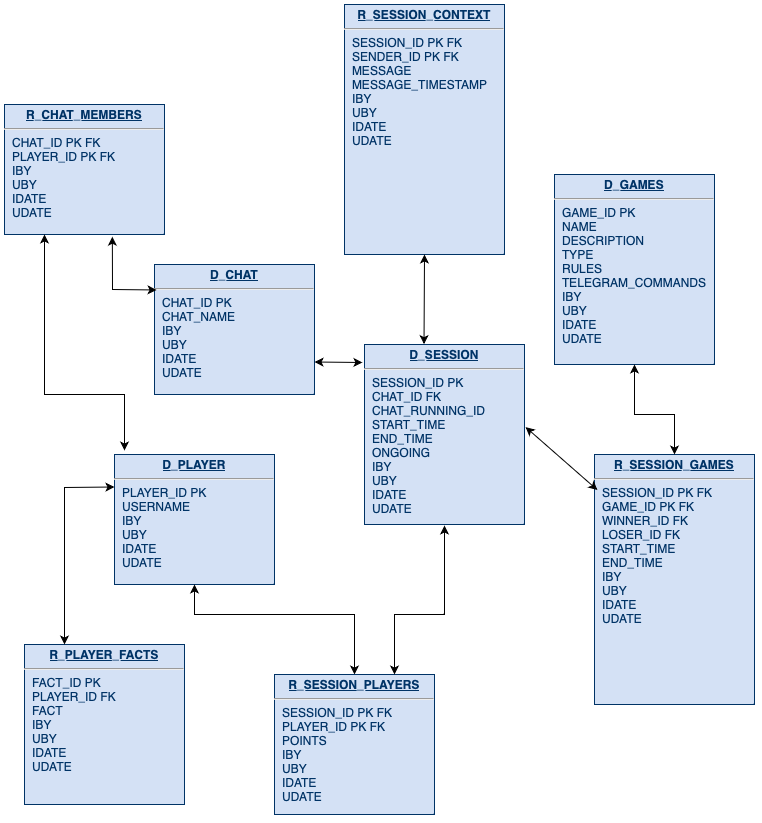
This is TgGameBotDataModel.png from paukkroa/TelegramGameMasterBot, a draw.io export, as it was before one commit. Source tidied: cells renumbered, new cells last; positions are measured from the earlier drawing's top-left corner, leaving out a move shared by most shapes.
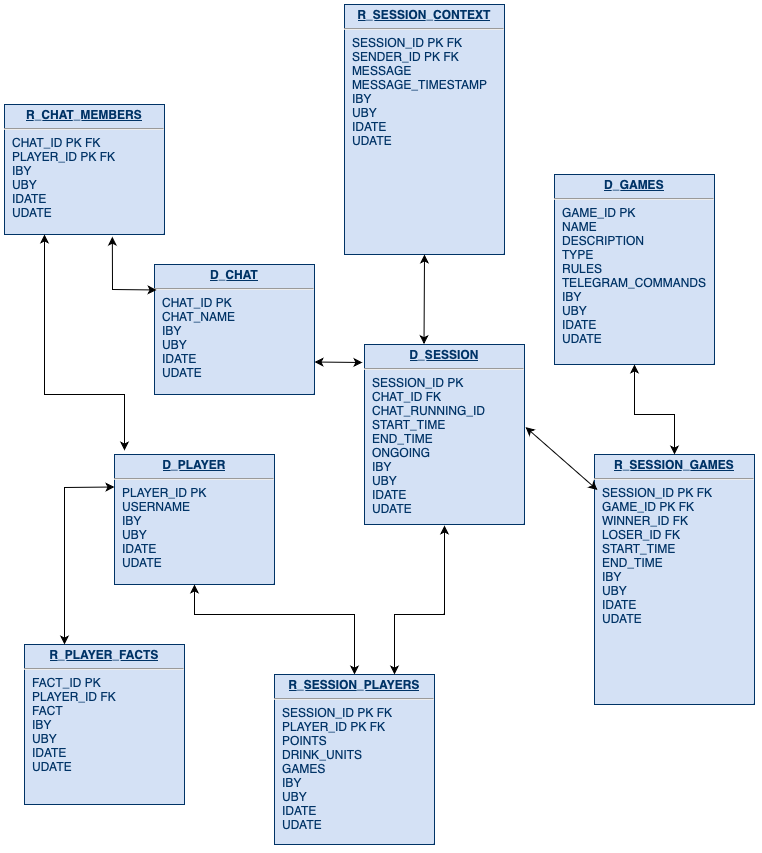
After the commit.

Commit message:
Added drink_units and games to R_SESSION_PLAYERS

What changed in the source:
```diff
@@ -37,8 +37,8 @@
         <mxPoint x="320" y="690" as="sourcePoint" />
       </mxGeometry>
     </mxCell>
-    <mxCell id="10" value="&lt;p style=&quot;margin: 0px; margin-top: 4px; text-align: center; text-decoration: underline;&quot;&gt;&lt;b&gt;R_SESSION_PLAYERS&lt;/b&gt;&lt;/p&gt;&lt;hr&gt;&lt;p style=&quot;margin: 0px; margin-left: 8px;&quot;&gt;SESSION_ID&amp;nbsp;&lt;span style=&quot;white-space: pre;&quot;&gt;&lt;span style=&quot;white-space: pre;&quot;&gt;&lt;span style=&quot;white-space: pre;&quot;&gt;PK FK&lt;/span&gt;&lt;/span&gt;&lt;/span&gt;&lt;/p&gt;&lt;p style=&quot;margin: 0px; margin-left: 8px;&quot;&gt;PLAYER_ID PK FK&lt;/p&gt;&lt;p style=&quot;margin: 0px; margin-left: 8px;&quot;&gt;POINTS&lt;/p&gt;&lt;p style=&quot;font-size: 12.000001px; margin: 0px 0px 0px 8px;&quot;&gt;IBY&lt;/p&gt;&lt;p style=&quot;font-size: 12.000001px; margin: 0px 0px 0px 8px;&quot;&gt;UBY&lt;/p&gt;&lt;p style=&quot;margin: 0px; margin-left: 8px;&quot;&gt;IDATE&lt;/p&gt;&lt;p style=&quot;margin: 0px; margin-left: 8px;&quot;&gt;UDATE&lt;/p&gt;" style="verticalAlign=top;align=left;overflow=fill;fontSize=12;fontFamily=Helvetica;html=1;strokeColor=#003366;shadow=1;fillColor=#D4E1F5;fontColor=#003366;" parent="1" vertex="1">
-      <mxGeometry x="270" y="670" width="160" height="140" as="geometry" />
+    <mxCell id="10" value="&lt;p style=&quot;margin: 0px; margin-top: 4px; text-align: center; text-decoration: underline;&quot;&gt;&lt;b&gt;R_SESSION_PLAYERS&lt;/b&gt;&lt;/p&gt;&lt;hr&gt;&lt;p style=&quot;margin: 0px; margin-left: 8px;&quot;&gt;SESSION_ID&amp;nbsp;&lt;span style=&quot;white-space: pre;&quot;&gt;&lt;span style=&quot;white-space: pre;&quot;&gt;&lt;span style=&quot;white-space: pre;&quot;&gt;PK FK&lt;/span&gt;&lt;/span&gt;&lt;/span&gt;&lt;/p&gt;&lt;p style=&quot;margin: 0px; margin-left: 8px;&quot;&gt;PLAYER_ID PK FK&lt;/p&gt;&lt;p style=&quot;margin: 0px; margin-left: 8px;&quot;&gt;&lt;span style=&quot;font-size: 12px;&quot;&gt;POINTS&lt;/span&gt;&lt;br&gt;&lt;/p&gt;&lt;p style=&quot;margin: 0px; margin-left: 8px;&quot;&gt;&lt;span style=&quot;font-size: 12px;&quot;&gt;DRINK_UNITS&lt;/span&gt;&lt;/p&gt;&lt;p style=&quot;margin: 0px; margin-left: 8px;&quot;&gt;&lt;span style=&quot;font-size: 12px;&quot;&gt;GAMES&lt;/span&gt;&lt;/p&gt;&lt;p style=&quot;font-size: 12.000001px; margin: 0px 0px 0px 8px;&quot;&gt;IBY&lt;/p&gt;&lt;p style=&quot;font-size: 12.000001px; margin: 0px 0px 0px 8px;&quot;&gt;UBY&lt;/p&gt;&lt;p style=&quot;margin: 0px; margin-left: 8px;&quot;&gt;IDATE&lt;/p&gt;&lt;p style=&quot;margin: 0px; margin-left: 8px;&quot;&gt;UDATE&lt;/p&gt;" style="verticalAlign=top;align=left;overflow=fill;fontSize=12;fontFamily=Helvetica;html=1;strokeColor=#003366;shadow=1;fillColor=#D4E1F5;fontColor=#003366;" parent="1" vertex="1">
+      <mxGeometry x="270" y="670" width="160" height="170" as="geometry" />
     </mxCell>
     <mxCell id="11" style="endArrow=classic;startArrow=classic;html=1;rounded=0;exitX=0.75;exitY=0;exitDx=0;exitDy=0;" parent="1" edge="1" source="10">
       <mxGeometry relative="1" as="geometry">
```
